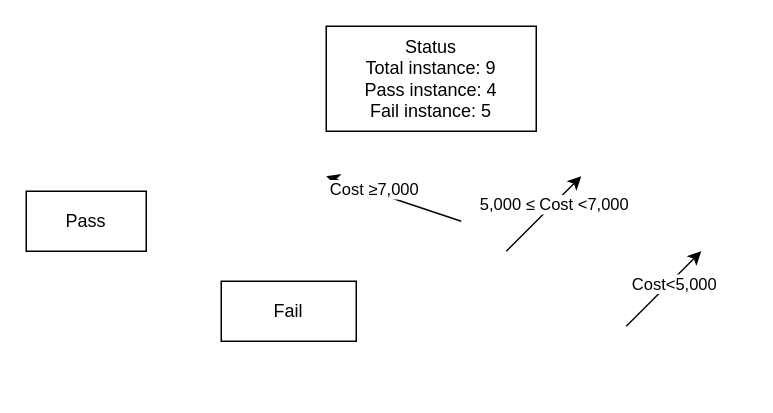
Above: Decision_Tree.drawio in akhialomgir/drawio (draw.io), before the change. Source tidied: cells renumbered, new cells numbered last; positions are measured from the earlier drawing's top-left corner, leaving out a move shared by most shapes. Both pictures are drawn from the tidied source at 150%, with x=0, y=0 at pixel (26, 26).
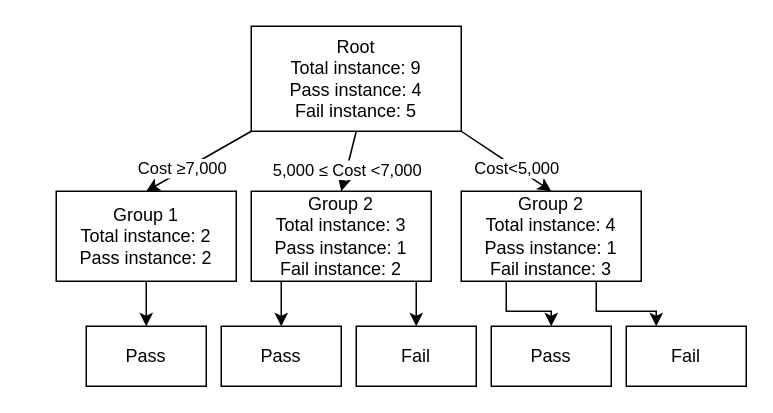
After the change.

What changed in the source:
```diff
@@
-    <mxCell id="2" value="&lt;div&gt;Status&lt;/div&gt;Total instance: 9&lt;div&gt;Pass instance: 4&lt;/div&gt;&lt;div&gt;Fail instance: 5&lt;/div&gt;" style="rounded=0;whiteSpace=wrap;html=1;" parent="1" vertex="1">
-      <mxGeometry x="200" width="140" height="70" as="geometry" />
+    <mxCell id="2" value="&lt;div&gt;Root&lt;/div&gt;Total instance: 9&lt;div&gt;Pass instance: 4&lt;/div&gt;&lt;div&gt;Fail instance: 5&lt;/div&gt;" style="rounded=0;whiteSpace=wrap;html=1;" parent="1" vertex="1">
+      <mxGeometry x="150" width="140" height="70" as="geometry" />
     </mxCell>
     <mxCell id="3" value="Pass" style="rounded=0;whiteSpace=wrap;html=1;" parent="1" vertex="1">
-      <mxGeometry y="110" width="80" height="40" as="geometry" />
+      <mxGeometry x="40" y="200" width="80" height="40" as="geometry" />
     </mxCell>
-    <mxCell id="4" style="endArrow=classic;html=1;rounded=0;" parent="1" edge="1">
-      <mxGeometry relative="1" as="geometry">
-        <mxPoint x="290" y="130" as="sourcePoint" />
-        <mxPoint x="200" y="100" as="targetPoint" />
-      </mxGeometry>
+    <mxCell id="4" style="endArrow=classic;html=1;rounded=0;exitX=0;exitY=1;exitDx=0;exitDy=0;entryX=0.5;entryY=0;entryDx=0;entryDy=0;" parent="1" edge="1" source="2" target="12">
+      <mxGeometry relative="1" as="geometry" />
     </mxCell>
@@
-    <mxCell id="6" value="Fail" style="rounded=0;whiteSpace=wrap;html=1;" parent="1" vertex="1">
-      <mxGeometry x="130" y="170" width="90" height="40" as="geometry" />
-    </mxCell>
-    <mxCell id="7" style="endArrow=classic;html=1;rounded=0;" parent="1" edge="1">
-      <mxGeometry relative="1" as="geometry">
-        <mxPoint x="320" y="150" as="sourcePoint" />
-        <mxPoint x="370" y="100" as="targetPoint" />
-      </mxGeometry>
+    <mxCell id="7" style="endArrow=classic;html=1;rounded=0;exitX=0.5;exitY=1;exitDx=0;exitDy=0;entryX=0.5;entryY=0;entryDx=0;entryDy=0;" parent="1" edge="1" source="2" target="15">
+      <mxGeometry relative="1" as="geometry" />
     </mxCell>
@@
-    <mxCell id="9" style="endArrow=classic;html=1;rounded=0;" parent="1" edge="1">
-      <mxGeometry relative="1" as="geometry">
-        <mxPoint x="400" y="200" as="sourcePoint" />
-        <mxPoint x="450" y="150" as="targetPoint" />
-      </mxGeometry>
+    <mxCell id="9" style="endArrow=classic;html=1;rounded=0;exitX=1;exitY=1;exitDx=0;exitDy=0;entryX=0.5;entryY=0;entryDx=0;entryDy=0;" parent="1" edge="1" source="2" target="18">
+      <mxGeometry relative="1" as="geometry" />
     </mxCell>
@@
+    <mxCell id="11" style="edgeStyle=orthogonalEdgeStyle;rounded=0;jettySize=auto;html=1;exitX=0.5;exitY=1;exitDx=0;exitDy=0;entryX=0.5;entryY=0;entryDx=0;entryDy=0;" parent="1" edge="1" source="12" target="3">
+      <mxGeometry relative="1" as="geometry" />
+    </mxCell>
+    <mxCell id="12" value="Group 1&lt;div&gt;Total instance: 2&lt;div&gt;Pass instance: 2&lt;br&gt;&lt;/div&gt;&lt;/div&gt;" style="rounded=0;whiteSpace=wrap;html=1;" parent="1" vertex="1">
+      <mxGeometry x="20" y="110" width="120" height="60" as="geometry" />
+    </mxCell>
+    <mxCell id="13" style="edgeStyle=orthogonalEdgeStyle;rounded=0;jettySize=auto;html=1;exitX=0.25;exitY=1;exitDx=0;exitDy=0;entryX=0.5;entryY=0;entryDx=0;entryDy=0;" parent="1" edge="1" source="15" target="20">
+      <mxGeometry relative="1" as="geometry" />
+    </mxCell>
+    <mxCell id="14" style="edgeStyle=orthogonalEdgeStyle;rounded=0;jettySize=auto;html=1;exitX=0.75;exitY=1;exitDx=0;exitDy=0;entryX=0.5;entryY=0;entryDx=0;entryDy=0;" parent="1" edge="1" source="15" target="19">
+      <mxGeometry relative="1" as="geometry" />
+    </mxCell>
+    <mxCell id="15" value="Group 2&lt;div&gt;Total instance: 3&lt;div&gt;Pass instance: 1&lt;br&gt;&lt;/div&gt;&lt;/div&gt;&lt;div&gt;Fail instance: 2&lt;/div&gt;" style="rounded=0;whiteSpace=wrap;html=1;" parent="1" vertex="1">
+      <mxGeometry x="150" y="110" width="120" height="60" as="geometry" />
+    </mxCell>
+    <mxCell id="16" style="edgeStyle=orthogonalEdgeStyle;rounded=0;jettySize=auto;html=1;exitX=0.25;exitY=1;exitDx=0;exitDy=0;entryX=0.5;entryY=0;entryDx=0;entryDy=0;" parent="1" edge="1" source="18" target="22">
+      <mxGeometry relative="1" as="geometry" />
+    </mxCell>
+    <mxCell id="17" style="edgeStyle=orthogonalEdgeStyle;rounded=0;jettySize=auto;html=1;exitX=0.75;exitY=1;exitDx=0;exitDy=0;entryX=0.25;entryY=0;entryDx=0;entryDy=0;" parent="1" edge="1" source="18" target="21">
+      <mxGeometry relative="1" as="geometry" />
+    </mxCell>
+    <mxCell id="18" value="Group 2&lt;div&gt;Total instance: 4&lt;div&gt;Pass instance: 1&lt;br&gt;&lt;/div&gt;&lt;/div&gt;&lt;div&gt;&lt;span style=&quot;background-color: transparent; color: light-dark(rgb(0, 0, 0), rgb(255, 255, 255));&quot;&gt;Fail instance: &lt;/span&gt;3&lt;/div&gt;" style="rounded=0;whiteSpace=wrap;html=1;" parent="1" vertex="1">
+      <mxGeometry x="290" y="110" width="120" height="60" as="geometry" />
+    </mxCell>
+    <mxCell id="19" value="Fail" style="rounded=0;whiteSpace=wrap;html=1;" parent="1" vertex="1">
+      <mxGeometry x="220" y="200" width="80" height="40" as="geometry" />
+    </mxCell>
+    <mxCell id="20" value="Pass" style="rounded=0;whiteSpace=wrap;html=1;" parent="1" vertex="1">
+      <mxGeometry x="130" y="200" width="80" height="40" as="geometry" />
+    </mxCell>
+    <mxCell id="21" value="Fail" style="rounded=0;whiteSpace=wrap;html=1;" parent="1" vertex="1">
+      <mxGeometry x="400" y="200" width="80" height="40" as="geometry" />
+    </mxCell>
+    <mxCell id="22" value="Pass" style="rounded=0;whiteSpace=wrap;html=1;" parent="1" vertex="1">
+      <mxGeometry x="310" y="200" width="80" height="40" as="geometry" />
+    </mxCell>
```
